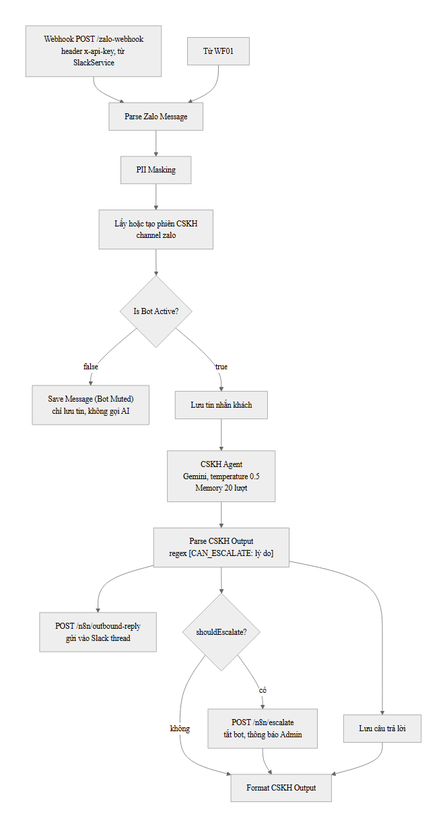
Earlier version of the Mermaid export docs/diagrams/H3-08-wf04-cskh.png (NguyenDang182005/khoa-luan). Its source is kept beside it as docs/diagrams/H3-08-wf04-cskh.mmd. The source it was exported from:
```mermaid
flowchart TD
  A1["Webhook POST /zalo-webhook<br/>header x-api-key, từ SlackService"] --> P
  A2["Từ WF01"] --> P
  P["Parse Zalo Message"] --> M["PII Masking"] --> S["Lấy hoặc tạo phiên CSKH<br/>channel zalo"]
  S --> B{"Is Bot Active?"}
  B -->|"false"| MU["Save Message (Bot Muted)<br/>chỉ lưu tin, không gọi AI"]
  B -->|"true"| U["Lưu tin nhắn khách"]
  U --> AG["CSKH Agent<br/>Gemini, temperature 0.5<br/>Memory 20 lượt"]
  AG --> PO["Parse CSKH Output<br/>regex [CAN_ESCALATE: lý do]"]
  PO --> SV["Lưu câu trả lời"]
  PO --> OR["POST /n8n/outbound-reply<br/>gửi vào Slack thread"]
  PO --> E{"shouldEscalate?"}
  E -->|"có"| ES["POST /n8n/escalate<br/>tắt bot, thông báo Admin"]
  E -->|"không"| FO["Format CSKH Output"]
  ES --> FO
  SV --> FO
```
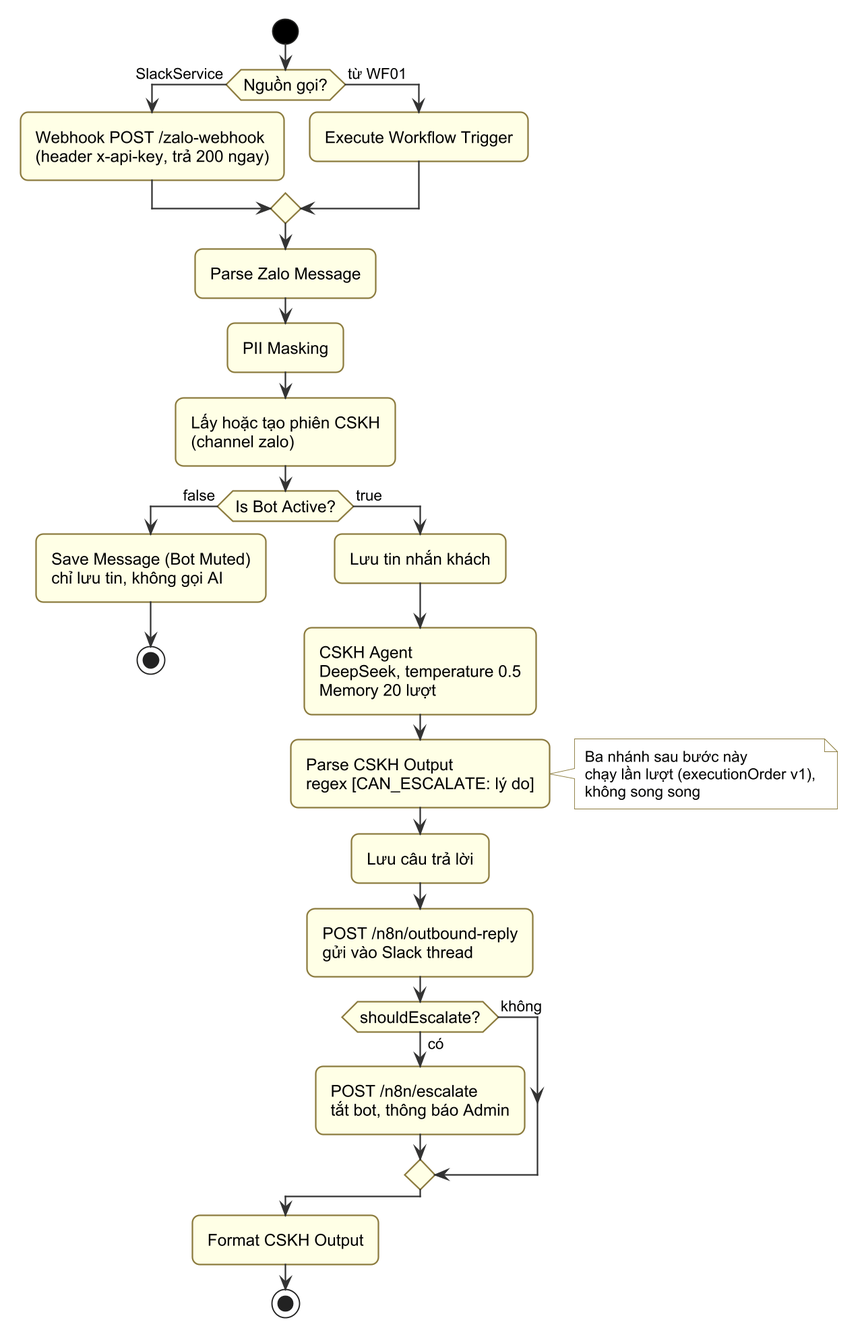
After the commit.

Diff of the diagram source:
```diff
@@ -5,7 +5,7 @@
   S --> B{"Is Bot Active?"}
   B -->|"false"| MU["Save Message (Bot Muted)<br/>chỉ lưu tin, không gọi AI"]
   B -->|"true"| U["Lưu tin nhắn khách"]
-  U --> AG["CSKH Agent<br/>Gemini, temperature 0.5<br/>Memory 20 lượt"]
+  U --> AG["CSKH Agent<br/>DeepSeek, temperature 0.5<br/>Memory 20 lượt"]
   AG --> PO["Parse CSKH Output<br/>regex [CAN_ESCALATE: lý do]"]
   PO --> SV["Lưu câu trả lời"]
   PO --> OR["POST /n8n/outbound-reply<br/>gửi vào Slack thread"]
```
